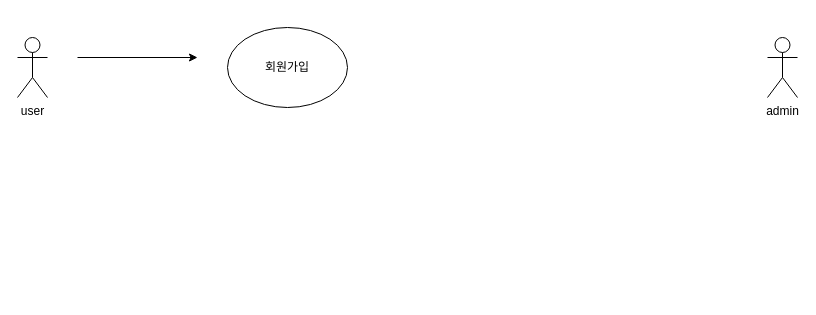
Youngil2/testproject keeps this draw.io diagram as 제목 없는 다이어그램.drawio. Above is the earlier version. Source tidied: cells renumbered, new cells numbered last; positions are measured from the earlier drawing's top-left corner, leaving out a move shared by most shapes. Both pictures are drawn from the tidied source at 100%, with x=0, y=0 at pixel (17, 27).
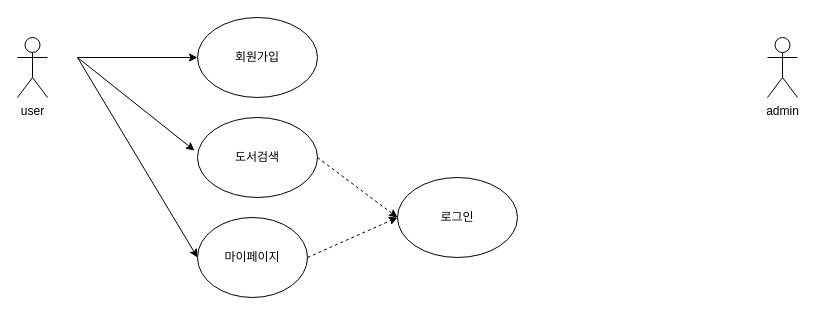
Above is the later version.

Commit message:
제목 없는 다이어그램.drawio 업데이트

What changed in the source:
```diff
@@
 <mxGraphModel>
   <root>
     <mxCell id="0" />
     <mxCell id="1" parent="0" />
     <mxCell id="2" value="user" style="shape=umlActor;verticalLabelPosition=bottom;verticalAlign=top;html=1;" parent="1" vertex="1">
       <mxGeometry y="10" width="30" height="60" as="geometry" />
     </mxCell>
     <mxCell id="3" value="admin" style="shape=umlActor;verticalLabelPosition=bottom;verticalAlign=top;html=1;" parent="1" vertex="1">
       <mxGeometry x="750" y="10" width="30" height="60" as="geometry" />
     </mxCell>
     <mxCell id="4" style="endArrow=classic;html=1;rounded=0;" parent="1" edge="1">
       <mxGeometry relative="1" as="geometry">
         <mxPoint x="60" y="30" as="sourcePoint" />
         <mxPoint x="180" y="30" as="targetPoint" />
       </mxGeometry>
     </mxCell>
     <mxCell id="5" value="회원가입" style="ellipse;whiteSpace=wrap;html=1;" parent="1" vertex="1">
-      <mxGeometry x="210" width="120" height="80" as="geometry" />
+      <mxGeometry x="180" y="-10" width="120" height="80" as="geometry" />
     </mxCell>
+    <mxCell id="6" style="endArrow=classic;html=1;rounded=0;entryX=-0.025;entryY=0.413;entryDx=0;entryDy=0;entryPerimeter=0;" parent="1" edge="1" target="8">
+      <mxGeometry relative="1" as="geometry">
+        <mxPoint x="60" y="30" as="sourcePoint" />
+      </mxGeometry>
+    </mxCell>
+    <mxCell id="7" value="로그인" style="ellipse;whiteSpace=wrap;html=1;" parent="1" vertex="1">
+      <mxGeometry x="380" y="150" width="120" height="80" as="geometry" />
+    </mxCell>
+    <mxCell id="8" value="도서검색" style="ellipse;whiteSpace=wrap;html=1;" parent="1" vertex="1">
+      <mxGeometry x="180" y="90" width="120" height="80" as="geometry" />
+    </mxCell>
+    <mxCell id="9" style="endArrow=classic;html=1;rounded=0;" parent="1" edge="1">
+      <mxGeometry relative="1" as="geometry">
+        <mxPoint x="60" y="30" as="sourcePoint" />
+        <mxPoint x="180" y="230" as="targetPoint" />
+      </mxGeometry>
+    </mxCell>
+    <mxCell id="10" value="마이페이지" style="ellipse;whiteSpace=wrap;html=1;" parent="1" vertex="1">
+      <mxGeometry x="180" y="190" width="110" height="80" as="geometry" />
+    </mxCell>
+    <mxCell id="11" style="endArrow=classic;html=1;rounded=0;entryX=0;entryY=0.5;entryDx=0;entryDy=0;dashed=1;" parent="1" edge="1" target="7">
+      <mxGeometry relative="1" as="geometry">
+        <mxPoint x="300" y="130" as="sourcePoint" />
+      </mxGeometry>
+    </mxCell>
+    <mxCell id="12" style="endArrow=classic;html=1;rounded=0;entryX=0;entryY=0.5;entryDx=0;entryDy=0;dashed=1;" parent="1" edge="1" target="7">
+      <mxGeometry relative="1" as="geometry">
+        <mxPoint x="290" y="230" as="sourcePoint" />
+      </mxGeometry>
+    </mxCell>
   </root>
 </mxGraphModel>
```
